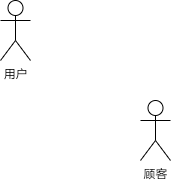
ICEFJL/Experiment-with-software-development-methods keeps this draw.io diagram as 实验1.drawio.png. Above is the earlier version. Source tidied: cells renumbered, new cells last; positions are measured from the earlier drawing's top-left corner, leaving out a move shared by most shapes.
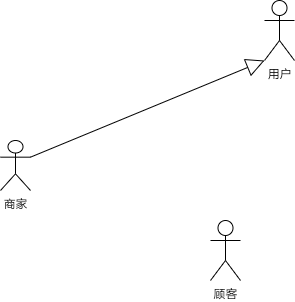
After the change.

Diff of the diagram source:
```diff
@@ -3,10 +3,16 @@
     <mxCell id="0" />
     <mxCell id="1" parent="0" />
     <mxCell id="2" value="用户" style="shape=umlActor;verticalLabelPosition=bottom;verticalAlign=top;html=1;outlineConnect=0;" parent="1" vertex="1">
-      <mxGeometry width="30" height="60" as="geometry" />
+      <mxGeometry x="194" y="-120" width="30" height="60" as="geometry" />
     </mxCell>
     <mxCell id="3" value="顾客" style="shape=umlActor;verticalLabelPosition=bottom;verticalAlign=top;html=1;" parent="1" vertex="1">
       <mxGeometry x="140" y="100" width="30" height="60" as="geometry" />
     </mxCell>
+    <mxCell id="4" value="商家" style="shape=umlActor;verticalLabelPosition=bottom;verticalAlign=top;html=1;outlineConnect=0;" parent="1" vertex="1">
+      <mxGeometry x="-70" y="20" width="30" height="50" as="geometry" />
+    </mxCell>
+    <mxCell id="5" style="endArrow=block;endSize=16;endFill=0;html=1;rounded=0;exitX=1;exitY=0.3333333333333333;exitDx=0;exitDy=0;exitPerimeter=0;entryX=0;entryY=1;entryDx=0;entryDy=0;entryPerimeter=0;" parent="1" edge="1" source="4" target="2">
+      <mxGeometry relative="1" as="geometry" />
+    </mxCell>
   </root>
 </mxGraphModel>
```
